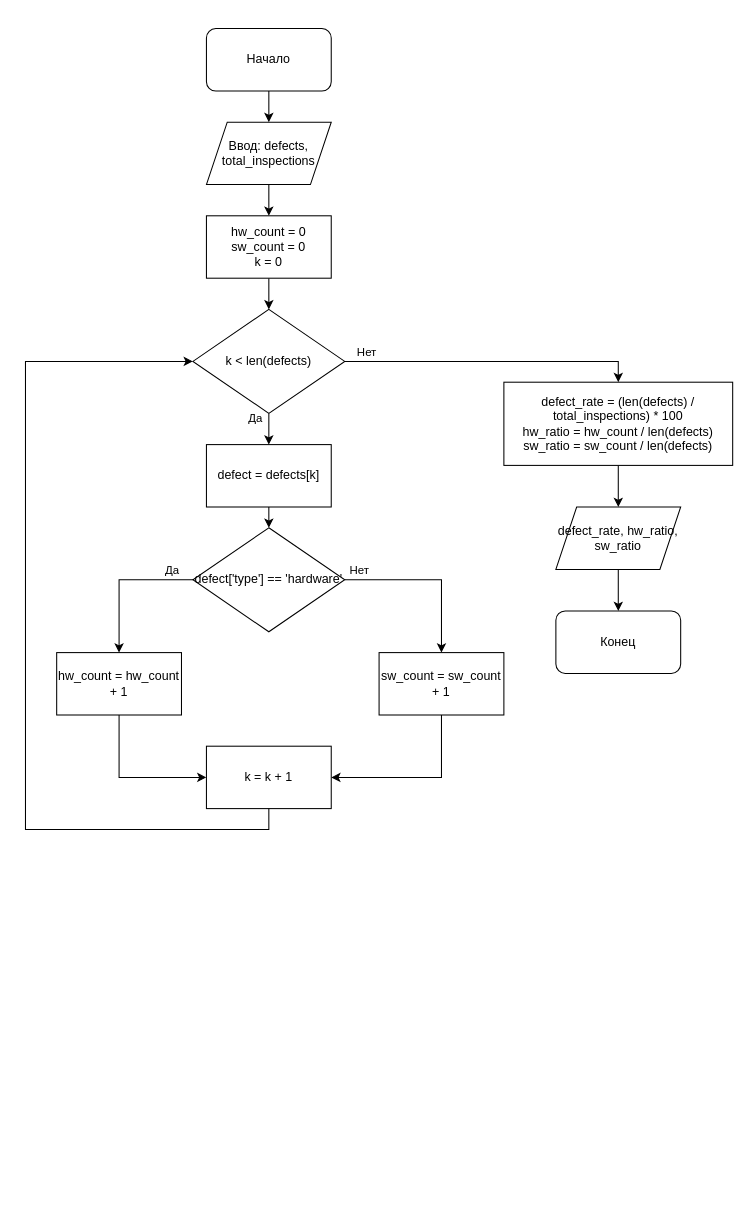
The draw.io diagram models/algo_2.drawio in Olka3sh/Interactive_stand, before the edit. Source tidied: cells renumbered, new cells numbered last; positions are measured from the earlier drawing's top-left corner, leaving out a move shared by most shapes. Both pictures are drawn from the tidied source at 104%, with x=0, y=0 at pixel (25, 28).
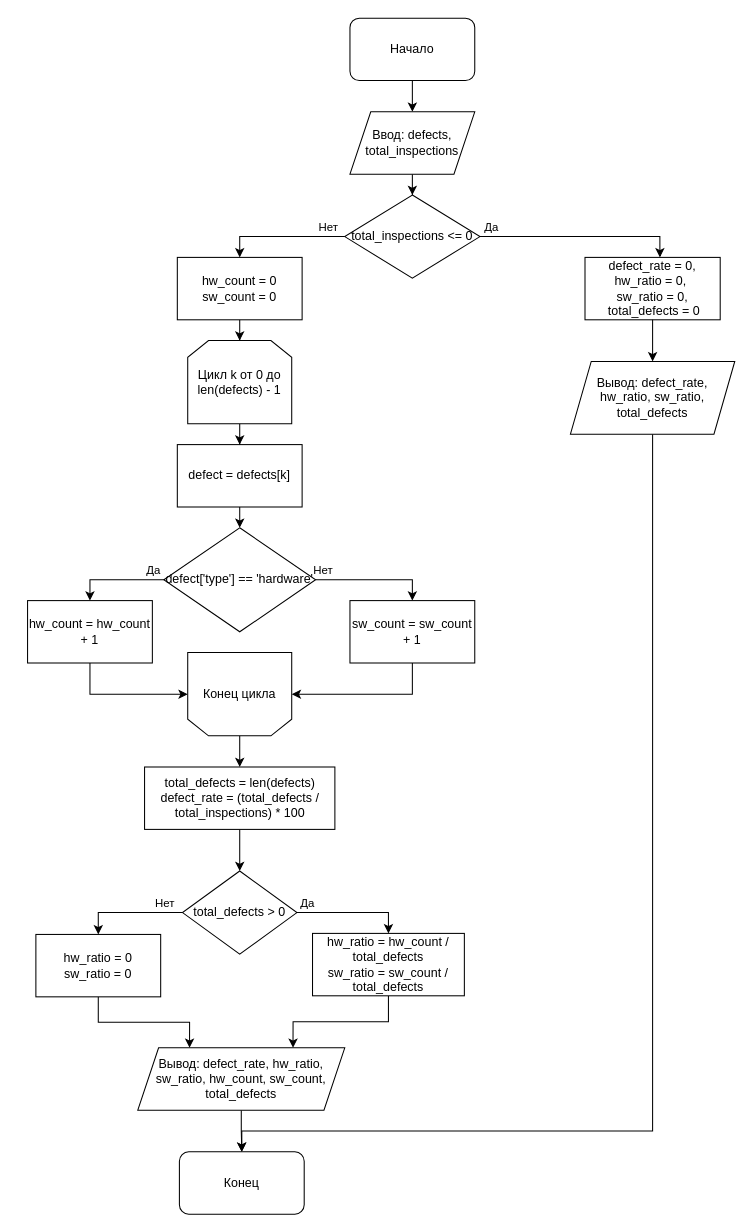
Above is the later version.

Unchanged cells that the change refers to:
```xml
<mxCell id="17" style="edgeStyle=orthogonalEdgeStyle;rounded=0;jettySize=auto;html=1;exitX=1;exitY=0.5;exitDx=0;exitDy=0;entryX=0.5;entryY=0;entryDx=0;entryDy=0;defaultLabelBackgroundColor=page;" parent="1" edge="1" source="19" target="23">
  <mxGeometry relative="1" as="geometry" />
</mxCell>
```

Change to the diagram source:
```diff
@@
     <mxCell id="3" value="Начало" style="rounded=1;whiteSpace=wrap;html=1;roundedPerimeter=1;" parent="1" vertex="1">
-      <mxGeometry x="174" width="120" height="60" as="geometry" />
+      <mxGeometry x="312" y="-10" width="120" height="60" as="geometry" />
     </mxCell>
-    <mxCell id="4" style="edgeStyle=orthogonalEdgeStyle;rounded=0;jettySize=auto;html=1;exitX=0.5;exitY=1;exitDx=0;exitDy=0;defaultLabelBackgroundColor=page;" parent="1" edge="1" source="5" target="7">
-      <mxGeometry relative="1" as="geometry" />
+    <mxCell id="4" style="edgeStyle=orthogonalEdgeStyle;rounded=0;jettySize=auto;html=1;exitX=0;exitY=0.5;exitDx=0;exitDy=0;defaultLabelBackgroundColor=page;" parent="1" edge="1" source="41" target="7">
+      <mxGeometry relative="1" as="geometry">
+        <Array as="points">
+          <mxPoint x="206" y="200" />
+        </Array>
+      </mxGeometry>
     </mxCell>
+    <mxCell id="11" value="Нет" style="edgeLabel;html=1;align=center;verticalAlign=middle;inheritText=1;defaultLabelBackgroundColor=page;" parent="4" vertex="1">
+      <mxGeometry x="-0.2" y="2" relative="1" as="geometry">
+        <mxPoint x="31" y="-12" as="offset" />
+      </mxGeometry>
+    </mxCell>
+    <mxCell id="31" style="edgeStyle=orthogonalEdgeStyle;rounded=0;jettySize=auto;html=1;exitX=0.5;exitY=1;exitDx=0;exitDy=0;defaultLabelBackgroundColor=page;labelPadding=0 4;" parent="1" edge="1" source="5" target="41">
+      <mxGeometry relative="1" as="geometry" />
+    </mxCell>
     <mxCell id="5" value="Ввод: defects,&lt;div&gt;total_inspections&lt;/div&gt;" style="shape=parallelogram;perimeter=parallelogramPerimeter;whiteSpace=wrap;html=1;shapeInside=1;fixedSize=1;" parent="1" vertex="1">
-      <mxGeometry x="174" y="90" width="120" height="60" as="geometry" />
+      <mxGeometry x="312" y="80" width="120" height="60" as="geometry" />
     </mxCell>
-    <mxCell id="6" style="edgeStyle=orthogonalEdgeStyle;rounded=0;jettySize=auto;html=1;exitX=0.5;exitY=1;exitDx=0;exitDy=0;defaultLabelBackgroundColor=page;" parent="1" edge="1" source="7" target="12">
-      <mxGeometry relative="1" as="geometry" />
-    </mxCell>
+    <mxCell id="32" style="edgeStyle=orthogonalEdgeStyle;rounded=0;jettySize=auto;html=1;exitX=0.5;exitY=1;exitDx=0;exitDy=0;defaultLabelBackgroundColor=page;labelPadding=0 4;" parent="1" edge="1" source="7" target="36">
+      <mxGeometry relative="1" as="geometry" />
+    </mxCell>
-    <mxCell id="7" value="hw_count = 0&lt;div&gt;sw_count = 0&lt;/div&gt;&lt;div&gt;k = 0&lt;/div&gt;" style="rounded=0;whiteSpace=wrap;html=1;" parent="1" vertex="1">
-      <mxGeometry x="174" y="180" width="120" height="60" as="geometry" />
+    <mxCell id="7" value="hw_count = 0&lt;div&gt;sw_count = 0&lt;/div&gt;" style="rounded=0;whiteSpace=wrap;html=1;" parent="1" vertex="1">
+      <mxGeometry x="146" y="220" width="120" height="60" as="geometry" />
     </mxCell>
-    <mxCell id="8" style="edgeStyle=orthogonalEdgeStyle;rounded=0;jettySize=auto;html=1;exitX=0.5;exitY=1;exitDx=0;exitDy=0;entryX=0.5;entryY=0;entryDx=0;entryDy=0;defaultLabelBackgroundColor=page;" parent="1" edge="1" source="12" target="14">
-      <mxGeometry relative="1" as="geometry" />
-    </mxCell>
-    <mxCell id="9" value="Да" style="edgeLabel;html=1;align=center;verticalAlign=middle;inheritText=1;defaultLabelBackgroundColor=page;" parent="8" vertex="1">
-      <mxGeometry x="-0.77" y="1" relative="1" as="geometry">
-        <mxPoint x="-15" y="1" as="offset" />
-      </mxGeometry>
-    </mxCell>
-    <mxCell id="10" style="edgeStyle=orthogonalEdgeStyle;rounded=0;jettySize=auto;html=1;exitX=1;exitY=0.5;exitDx=0;exitDy=0;entryX=0.5;entryY=0;entryDx=0;entryDy=0;defaultLabelBackgroundColor=page;" parent="1" edge="1" source="12" target="27">
-      <mxGeometry relative="1" as="geometry" />
-    </mxCell>
-    <mxCell id="11" value="Нет" style="edgeLabel;html=1;align=center;verticalAlign=middle;inheritText=1;defaultLabelBackgroundColor=page;" parent="10" vertex="1">
-      <mxGeometry x="-0.86" y="5" relative="1" as="geometry">
-        <mxPoint y="-5" as="offset" />
-      </mxGeometry>
-    </mxCell>
-    <mxCell id="12" value="k &amp;lt; len(defects)" style="rhombus;whiteSpace=wrap;html=1;shapeInside=1;" parent="1" vertex="1">
-      <mxGeometry x="161" y="270" width="146" height="100" as="geometry" />
-    </mxCell>
@@
     <mxCell id="14" value="defect = defects[k]" style="rounded=0;whiteSpace=wrap;html=1;" parent="1" vertex="1">
-      <mxGeometry x="174" y="400" width="120" height="60" as="geometry" />
+      <mxGeometry x="146" y="400" width="120" height="60" as="geometry" />
     </mxCell>
-    <mxCell id="15" style="edgeStyle=orthogonalEdgeStyle;rounded=0;jettySize=auto;html=1;exitX=0;exitY=0.5;exitDx=0;exitDy=0;defaultLabelBackgroundColor=page;" parent="1" edge="1" source="19" target="21">
-      <mxGeometry relative="1" as="geometry" />
-    </mxCell>
-    <mxCell id="16" value="Да" style="edgeLabel;html=1;align=center;verticalAlign=middle;inheritText=1;defaultLabelBackgroundColor=page;" parent="15" vertex="1">
-      <mxGeometry x="-0.57" y="2" relative="1" as="geometry">
-        <mxPoint x="9" y="-12" as="offset" />
-      </mxGeometry>
-    </mxCell>
@@
     <mxCell id="18" value="Нет" style="edgeLabel;html=1;align=center;verticalAlign=middle;inheritText=1;defaultLabelBackgroundColor=page;" parent="17" vertex="1">
       <mxGeometry x="-0.39" y="-1" relative="1" as="geometry">
-        <mxPoint x="-37" y="-11" as="offset" />
+        <mxPoint x="-28" y="-11" as="offset" />
       </mxGeometry>
     </mxCell>
+    <mxCell id="15" style="edgeStyle=orthogonalEdgeStyle;rounded=0;jettySize=auto;html=1;exitX=0;exitY=0.5;exitDx=0;exitDy=0;entryX=0.5;entryY=0;entryDx=0;entryDy=0;defaultLabelBackgroundColor=page;labelPadding=0 4;" parent="1" edge="1" source="19" target="21">
+      <mxGeometry relative="1" as="geometry" />
+    </mxCell>
+    <mxCell id="33" value="Да" style="edgeLabel;html=1;align=center;verticalAlign=middle;inheritText=1;defaultLabelBackgroundColor=page;labelPadding=0 4;" parent="15" vertex="1">
+      <mxGeometry x="0.3" y="2" relative="1" as="geometry">
+        <mxPoint x="48" y="-12" as="offset" />
+      </mxGeometry>
+    </mxCell>
     <mxCell id="19" value="defect['type'] == 'hardware'" style="rhombus;whiteSpace=wrap;html=1;shapeInside=1;" parent="1" vertex="1">
-      <mxGeometry x="161" y="480" width="146" height="100" as="geometry" />
+      <mxGeometry x="133" y="480" width="146" height="100" as="geometry" />
     </mxCell>
-    <mxCell id="20" style="edgeStyle=orthogonalEdgeStyle;rounded=0;jettySize=auto;html=1;exitX=0.5;exitY=1;exitDx=0;exitDy=0;entryX=0;entryY=0.5;entryDx=0;entryDy=0;defaultLabelBackgroundColor=page;" parent="1" edge="1" source="21" target="24">
+    <mxCell id="20" style="edgeStyle=orthogonalEdgeStyle;rounded=0;jettySize=auto;html=1;exitX=0.5;exitY=1;exitDx=0;exitDy=0;defaultLabelBackgroundColor=page;entryX=1;entryY=0.5;entryDx=0;entryDy=0;" parent="1" edge="1" source="21" target="38">
       <mxGeometry relative="1" as="geometry" />
     </mxCell>
     <mxCell id="21" value="hw_count = hw_count + 1" style="rounded=0;whiteSpace=wrap;html=1;" parent="1" vertex="1">
-      <mxGeometry x="30" y="600" width="120" height="60" as="geometry" />
+      <mxGeometry x="2" y="550" width="120" height="60" as="geometry" />
     </mxCell>
-    <mxCell id="22" style="edgeStyle=orthogonalEdgeStyle;rounded=0;jettySize=auto;html=1;exitX=0.5;exitY=1;exitDx=0;exitDy=0;entryX=1;entryY=0.5;entryDx=0;entryDy=0;defaultLabelBackgroundColor=page;" parent="1" edge="1" source="23" target="24">
+    <mxCell id="22" style="edgeStyle=orthogonalEdgeStyle;rounded=0;jettySize=auto;html=1;exitX=0.5;exitY=1;exitDx=0;exitDy=0;entryX=0;entryY=0.5;entryDx=0;entryDy=0;defaultLabelBackgroundColor=page;" parent="1" edge="1" source="23" target="38">
       <mxGeometry relative="1" as="geometry" />
     </mxCell>
     <mxCell id="23" value="sw_count = sw_count + 1" style="rounded=0;whiteSpace=wrap;html=1;" parent="1" vertex="1">
-      <mxGeometry x="340" y="600" width="120" height="60" as="geometry" />
+      <mxGeometry x="312" y="550" width="120" height="60" as="geometry" />
     </mxCell>
-    <mxCell id="24" value="k = k + 1" style="rounded=0;whiteSpace=wrap;html=1;" parent="1" vertex="1">
-      <mxGeometry x="174" y="690" width="120" height="60" as="geometry" />
-    </mxCell>
-    <mxCell id="25" style="edgeStyle=orthogonalEdgeStyle;rounded=0;jettySize=auto;html=1;exitX=0.5;exitY=1;exitDx=0;exitDy=0;entryX=0;entryY=0.5;entryDx=0;entryDy=0;defaultLabelBackgroundColor=page;" parent="1" edge="1" source="24" target="12">
-      <mxGeometry relative="1" as="geometry">
-        <Array as="points">
-          <mxPoint x="234" y="770" />
-          <mxPoint y="770" />
-          <mxPoint y="320" />
-        </Array>
-      </mxGeometry>
-    </mxCell>
-    <mxCell id="26" style="edgeStyle=orthogonalEdgeStyle;rounded=0;jettySize=auto;html=1;exitX=0.5;exitY=1;exitDx=0;exitDy=0;defaultLabelBackgroundColor=page;" parent="1" edge="1" source="27" target="29">
-      <mxGeometry relative="1" as="geometry" />
-    </mxCell>
+    <mxCell id="34" style="edgeStyle=orthogonalEdgeStyle;rounded=0;jettySize=auto;html=1;exitX=0.5;exitY=1;exitDx=0;exitDy=0;defaultLabelBackgroundColor=page;labelPadding=0 4;" parent="1" edge="1" source="27" target="47">
+      <mxGeometry relative="1" as="geometry" />
+    </mxCell>
-    <mxCell id="27" value="defect_rate = (len(defects) / total_inspections) * 100&lt;div&gt;hw_ratio = hw_count / len(defects)&lt;/div&gt;&lt;div&gt;sw_ratio = sw_count / len(defects)&lt;/div&gt;" style="rounded=0;whiteSpace=wrap;html=1;" parent="1" vertex="1">
-      <mxGeometry x="460" y="340" width="220" height="80" as="geometry" />
+    <mxCell id="27" value="total_defects = len(defects)&lt;br/&gt;defect_rate = (total_defects / total_inspections) * 100" style="rounded=0;whiteSpace=wrap;html=1;" parent="1" vertex="1">
+      <mxGeometry x="114.5" y="710" width="183" height="60" as="geometry" />
     </mxCell>
@@
-    <mxCell id="29" value="defect_rate, hw_ratio, sw_ratio" style="shape=parallelogram;perimeter=parallelogramPerimeter;whiteSpace=wrap;html=1;shapeInside=1;fixedSize=1;" parent="1" vertex="1">
-      <mxGeometry x="510" y="460" width="120" height="60" as="geometry" />
+    <mxCell id="29" value="&lt;div&gt;Вывод: defect_rate, hw_ratio,&lt;/div&gt;&lt;div&gt;sw_ratio, hw_count, sw_count,&lt;/div&gt;&lt;div&gt;total_defects&lt;/div&gt;" style="shape=parallelogram;perimeter=parallelogramPerimeter;whiteSpace=wrap;html=1;shapeInside=1;fixedSize=1;" parent="1" vertex="1">
+      <mxGeometry x="108" y="980" width="199" height="60" as="geometry" />
     </mxCell>
     <mxCell id="30" value="Конец" style="rounded=1;whiteSpace=wrap;html=1;roundedPerimeter=1;" parent="1" vertex="1">
-      <mxGeometry x="510" y="560" width="120" height="60" as="geometry" />
+      <mxGeometry x="148" y="1080" width="120" height="60" as="geometry" />
     </mxCell>
+    <mxCell id="35" style="edgeStyle=orthogonalEdgeStyle;rounded=0;jettySize=auto;html=1;exitX=0.5;exitY=1;exitDx=0;exitDy=0;defaultLabelBackgroundColor=page;labelPadding=0 4;" parent="1" edge="1" source="36" target="14">
+      <mxGeometry relative="1" as="geometry" />
+    </mxCell>
+    <mxCell id="36" value="Цикл k от 0 до len(defects) - 1" style="shape=loopLimit;whiteSpace=wrap;html=1;" parent="1" vertex="1">
+      <mxGeometry x="156" y="300" width="100" height="80" as="geometry" />
+    </mxCell>
+    <mxCell id="37" style="edgeStyle=orthogonalEdgeStyle;rounded=0;jettySize=auto;html=1;exitX=0.5;exitY=0;exitDx=0;exitDy=0;defaultLabelBackgroundColor=page;labelPadding=0 4;" parent="1" edge="1" source="38" target="27">
+      <mxGeometry relative="1" as="geometry" />
+    </mxCell>
+    <mxCell id="38" value="Конец цикла" style="shape=loopLimit;whiteSpace=wrap;html=1;direction=west;" parent="1" vertex="1">
+      <mxGeometry x="156" y="600" width="100" height="80" as="geometry" />
+    </mxCell>
+    <mxCell id="39" style="edgeStyle=orthogonalEdgeStyle;rounded=0;jettySize=auto;html=1;defaultLabelBackgroundColor=page;labelPadding=0 4;entryX=0.554;entryY=0;entryDx=0;entryDy=0;entryPerimeter=0;" parent="1" edge="1" target="42">
+      <mxGeometry x="-0.19" relative="1" as="geometry">
+        <mxPoint x="400" y="200" as="sourcePoint" />
+        <Array as="points">
+          <mxPoint x="610" y="200" />
+        </Array>
+      </mxGeometry>
+    </mxCell>
+    <mxCell id="40" value="Да" style="edgeLabel;html=1;align=center;verticalAlign=middle;inheritText=1;defaultLabelBackgroundColor=page;labelPadding=0 4;" parent="39" vertex="1">
+      <mxGeometry x="-0.32" y="4" relative="1" as="geometry">
+        <mxPoint x="-31" y="-6" as="offset" />
+      </mxGeometry>
+    </mxCell>
+    <mxCell id="41" value="total_inspections &amp;lt;= 0" style="rhombus;whiteSpace=wrap;html=1;shapeInside=1;" parent="1" vertex="1">
+      <mxGeometry x="307" y="160" width="130" height="80" as="geometry" />
+    </mxCell>
+    <mxCell id="42" value="defect_rate = 0,&lt;div&gt;hw_ratio = 0,&amp;nbsp;&lt;div&gt;sw_ratio = 0,&lt;/div&gt;&lt;div&gt;&amp;nbsp;total_defects = 0&lt;/div&gt;&lt;/div&gt;" style="rounded=0;whiteSpace=wrap;html=1;" parent="1" vertex="1">
+      <mxGeometry x="538" y="220" width="130" height="60" as="geometry" />
+    </mxCell>
+    <mxCell id="43" style="edgeStyle=orthogonalEdgeStyle;rounded=0;jettySize=auto;html=1;exitX=1;exitY=0.5;exitDx=0;exitDy=0;entryX=0.5;entryY=0;entryDx=0;entryDy=0;defaultLabelBackgroundColor=page;labelPadding=0 4;" parent="1" edge="1" source="47" target="49">
+      <mxGeometry relative="1" as="geometry" />
+    </mxCell>
+    <mxCell id="44" value="Да" style="edgeLabel;html=1;align=center;verticalAlign=middle;inheritText=1;defaultLabelBackgroundColor=page;labelPadding=0 4;" parent="43" vertex="1">
+      <mxGeometry x="-0.45" y="2" relative="1" as="geometry">
+        <mxPoint x="-21" y="-8" as="offset" />
+      </mxGeometry>
+    </mxCell>
+    <mxCell id="45" style="edgeStyle=orthogonalEdgeStyle;rounded=0;jettySize=auto;html=1;exitX=0;exitY=0.5;exitDx=0;exitDy=0;entryX=0.5;entryY=0;entryDx=0;entryDy=0;defaultLabelBackgroundColor=page;labelPadding=0 4;" parent="1" edge="1" source="47" target="51">
+      <mxGeometry relative="1" as="geometry" />
+    </mxCell>
+    <mxCell id="46" value="Нет" style="edgeLabel;html=1;align=center;verticalAlign=middle;inheritText=1;defaultLabelBackgroundColor=page;labelPadding=0 4;" parent="45" vertex="1">
+      <mxGeometry x="-0.31" y="-1" relative="1" as="geometry">
+        <mxPoint x="17" y="-9" as="offset" />
+      </mxGeometry>
+    </mxCell>
+    <mxCell id="47" value="total_defects &amp;gt; 0" style="rhombus;whiteSpace=wrap;html=1;shapeInside=1;" parent="1" vertex="1">
+      <mxGeometry x="151" y="810" width="110" height="80" as="geometry" />
+    </mxCell>
+    <mxCell id="48" style="edgeStyle=orthogonalEdgeStyle;rounded=0;jettySize=auto;html=1;exitX=0.5;exitY=1;exitDx=0;exitDy=0;entryX=0.75;entryY=0;entryDx=0;entryDy=0;defaultLabelBackgroundColor=page;labelPadding=0 4;" parent="1" edge="1" source="49" target="29">
+      <mxGeometry relative="1" as="geometry" />
+    </mxCell>
+    <mxCell id="49" value="hw_ratio = hw_count / total_defects&lt;br/&gt;sw_ratio = sw_count / total_defects" style="rounded=0;whiteSpace=wrap;html=1;" parent="1" vertex="1">
+      <mxGeometry x="276" y="870" width="146" height="60" as="geometry" />
+    </mxCell>
+    <mxCell id="50" style="edgeStyle=orthogonalEdgeStyle;rounded=0;jettySize=auto;html=1;exitX=0.5;exitY=1;exitDx=0;exitDy=0;entryX=0.25;entryY=0;entryDx=0;entryDy=0;defaultLabelBackgroundColor=page;labelPadding=0 4;" parent="1" edge="1" source="51" target="29">
+      <mxGeometry relative="1" as="geometry" />
+    </mxCell>
+    <mxCell id="51" value="hw_ratio = 0&lt;br/&gt;sw_ratio = 0" style="rounded=0;whiteSpace=wrap;html=1;" parent="1" vertex="1">
+      <mxGeometry x="10" y="871" width="120" height="60" as="geometry" />
+    </mxCell>
+    <mxCell id="52" style="edgeStyle=orthogonalEdgeStyle;rounded=0;jettySize=auto;html=1;exitX=0.5;exitY=1;exitDx=0;exitDy=0;entryX=0.5;entryY=0;entryDx=0;entryDy=0;defaultLabelBackgroundColor=page;labelPadding=0 4;" parent="1" edge="1" source="53" target="30">
+      <mxGeometry relative="1" as="geometry">
+        <Array as="points">
+          <mxPoint x="603" y="1060" />
+          <mxPoint x="208" y="1060" />
+        </Array>
+      </mxGeometry>
+    </mxCell>
+    <mxCell id="53" value="Вывод:&amp;nbsp;&lt;span style=&quot;background-color: transparent; color: light-dark(#000000, var(--ge-light-color, #ffffff));&quot;&gt;defect_rate,&lt;/span&gt;&lt;div&gt;&lt;span style=&quot;background-color: transparent; color: light-dark(#000000, var(--ge-light-color, #ffffff));&quot;&gt;&amp;nbsp;&lt;/span&gt;&lt;span style=&quot;background-color: transparent; color: light-dark(#000000, var(--ge-light-color, #ffffff));&quot;&gt;hw_ratio,&amp;nbsp;&lt;/span&gt;&lt;span style=&quot;background-color: transparent; color: light-dark(#000000, var(--ge-light-color, #ffffff));&quot;&gt;sw_ratio,&lt;/span&gt;&lt;span style=&quot;background-color: transparent; color: light-dark(#000000, var(--ge-light-color, #ffffff));&quot;&gt;&amp;nbsp;&lt;/span&gt;&lt;/div&gt;&lt;div&gt;&lt;span style=&quot;background-color: transparent; color: light-dark(#000000, var(--ge-light-color, #ffffff));&quot;&gt;total_defects&lt;/span&gt;&lt;/div&gt;" style="shape=parallelogram;perimeter=parallelogramPerimeter;whiteSpace=wrap;html=1;shapeInside=1;fixedSize=1;" parent="1" vertex="1">
+      <mxGeometry x="524" y="320" width="158" height="70" as="geometry" />
+    </mxCell>
+    <mxCell id="54" style="edgeStyle=orthogonalEdgeStyle;rounded=0;jettySize=auto;html=1;exitX=0.5;exitY=1;exitDx=0;exitDy=0;entryX=0.5;entryY=0;entryDx=0;entryDy=0;defaultLabelBackgroundColor=page;labelPadding=0 4;" parent="1" edge="1" source="42" target="53">
+      <mxGeometry relative="1" as="geometry" />
+    </mxCell>
```
